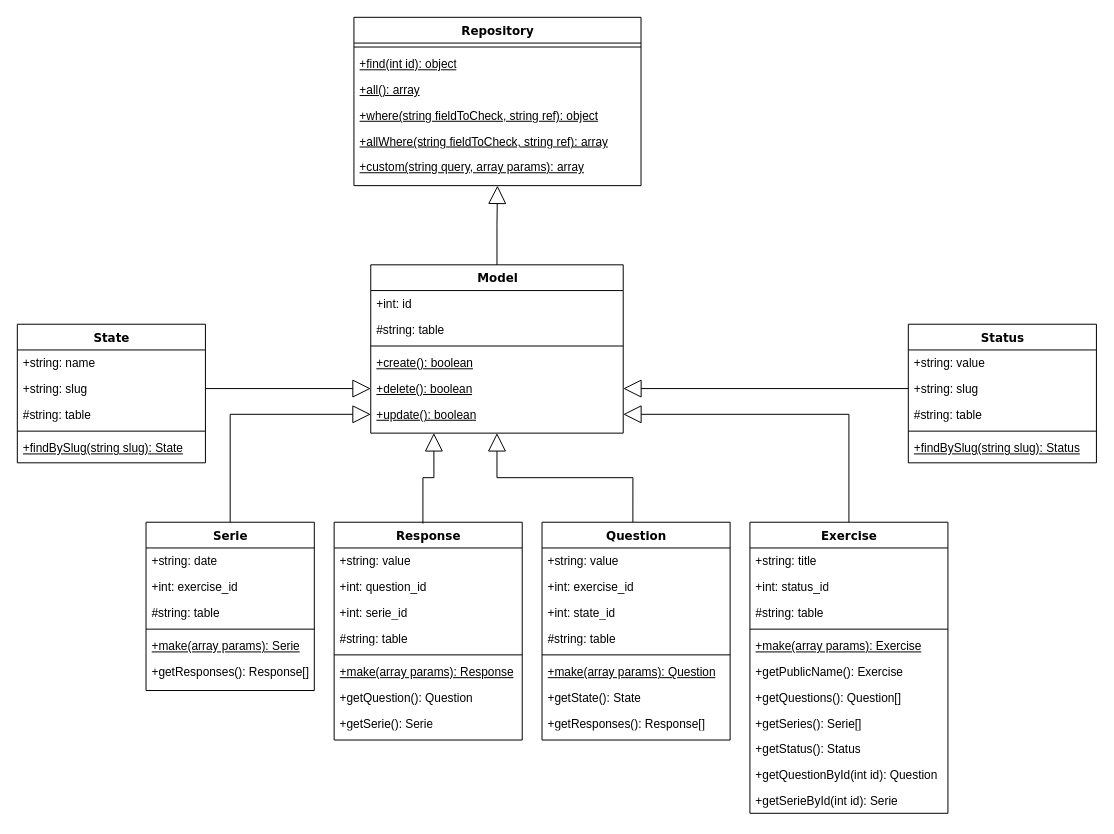
Above: docs/diagrams/models.drawio in antbou/ExerciseLooper (draw.io), before the change. Source tidied: cells renumbered, new cells numbered last; positions are measured from the earlier drawing's top-left corner, leaving out a move shared by most shapes. Both pictures are drawn from the tidied source at 99%, with x=0, y=0 at pixel (17, 17).
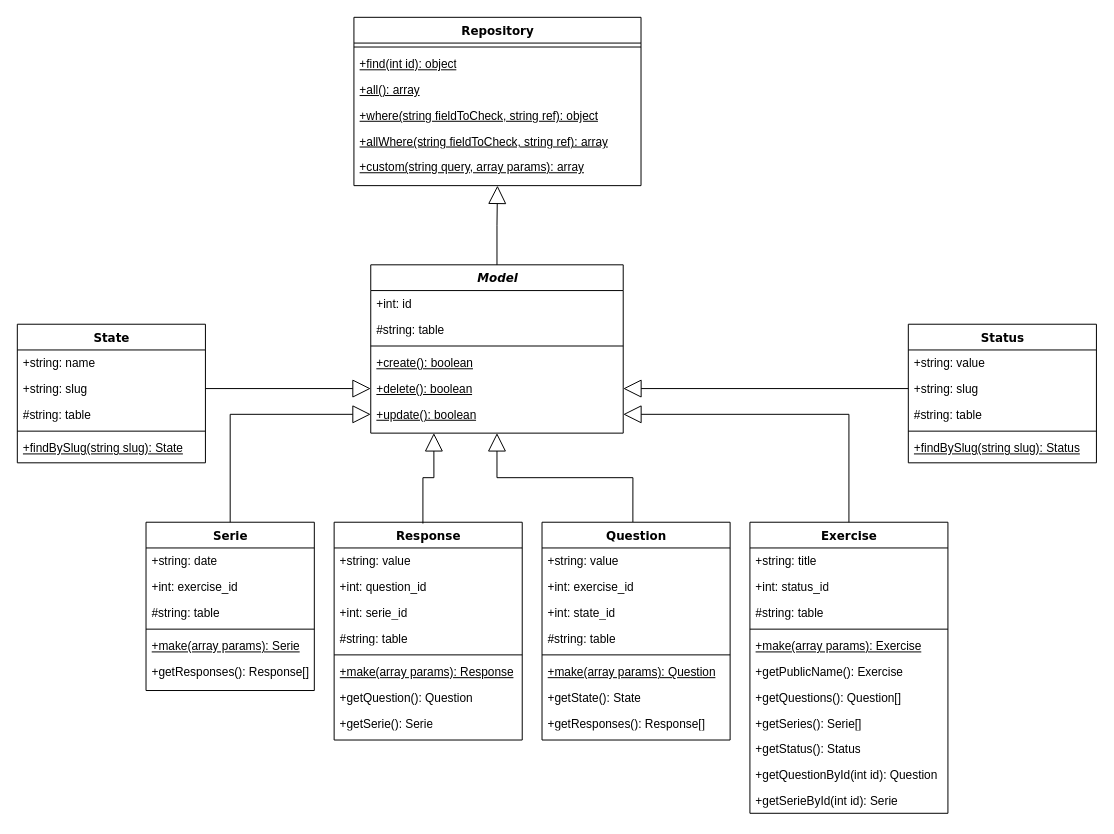
The same page after the edit.

Commit message:
Update class diagram models

What changed in the source:
```diff
@@
-    <mxCell id="14" value="Model" style="swimlane;html=1;fontStyle=1;align=center;verticalAlign=top;horizontal=1;startSize=26;swimlaneFillColor=#ffffff;rounded=0;shadow=0;comic=0;labelBackgroundColor=none;strokeWidth=1;fillColor=none;fontFamily=Verdana;fontSize=12;" parent="1" vertex="1">
+    <mxCell id="14" value="&lt;i&gt;Model&lt;/i&gt;" style="swimlane;html=1;fontStyle=1;align=center;verticalAlign=top;horizontal=1;startSize=26;swimlaneFillColor=#ffffff;rounded=0;shadow=0;comic=0;labelBackgroundColor=none;strokeWidth=1;fillColor=none;fontFamily=Verdana;fontSize=12;" parent="1" vertex="1">
       <mxGeometry x="357" y="250" width="255" height="170" as="geometry" />
     </mxCell>
```
